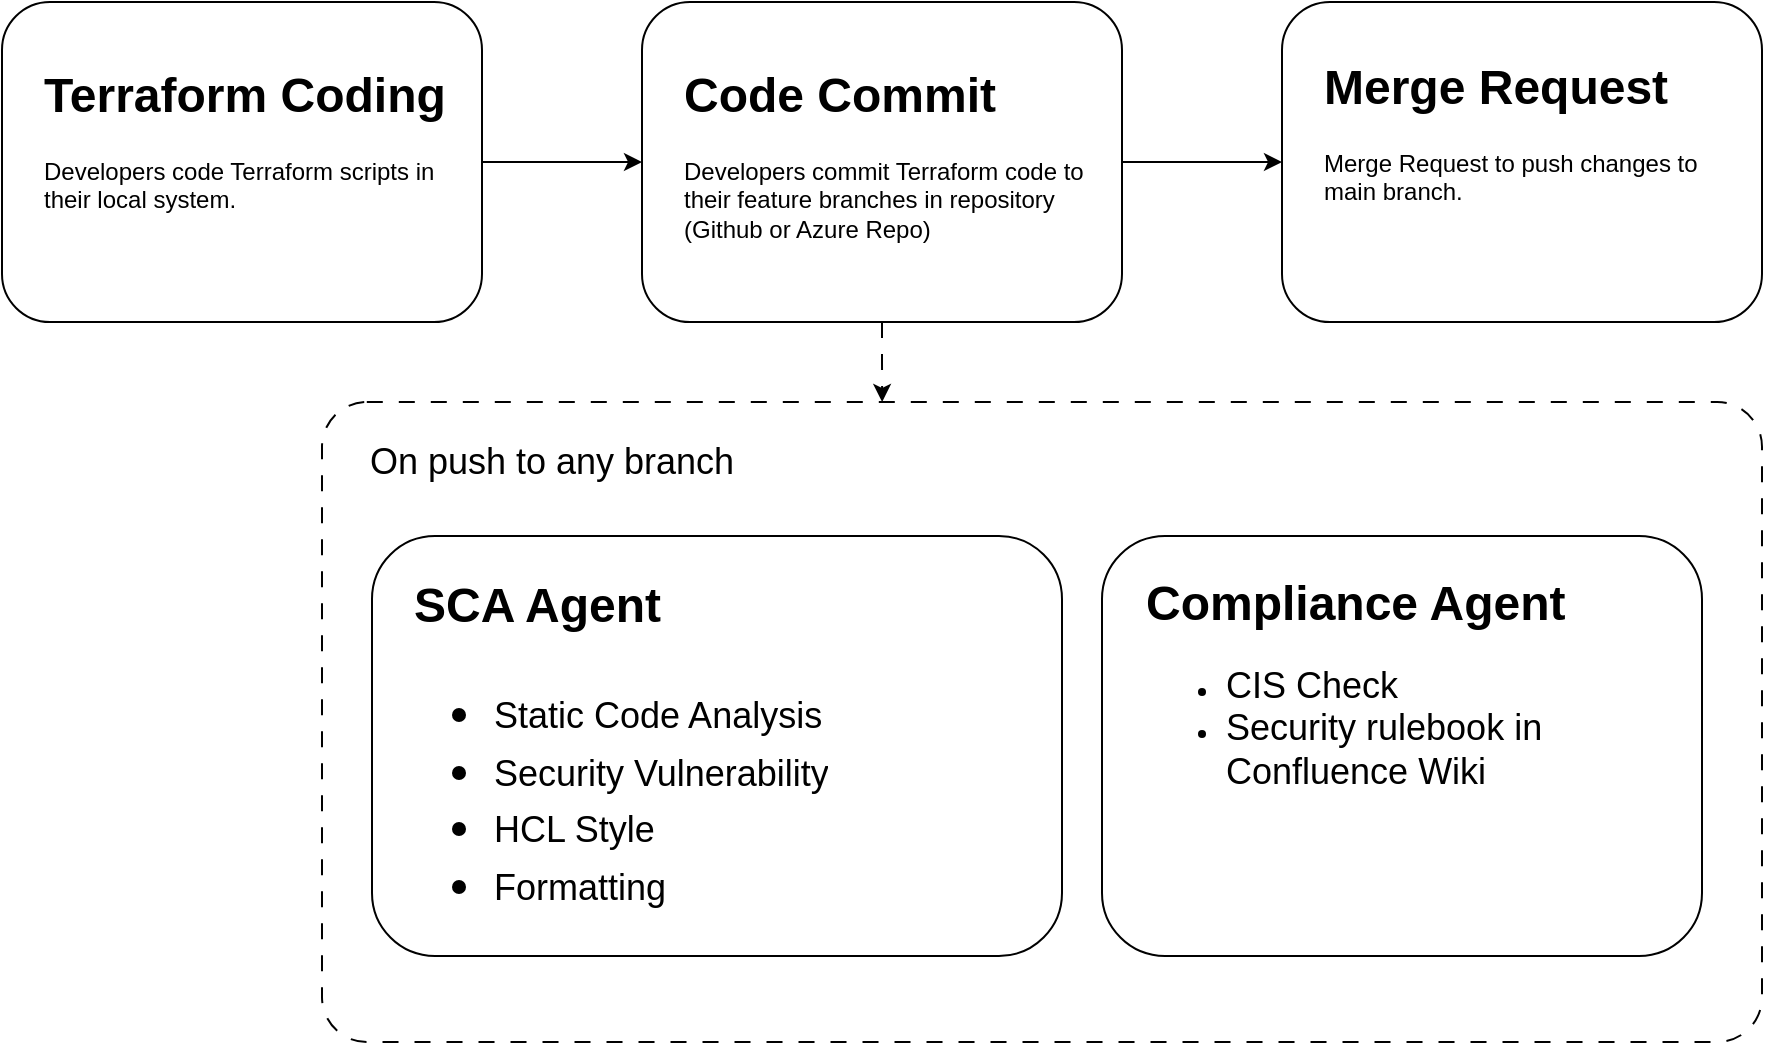
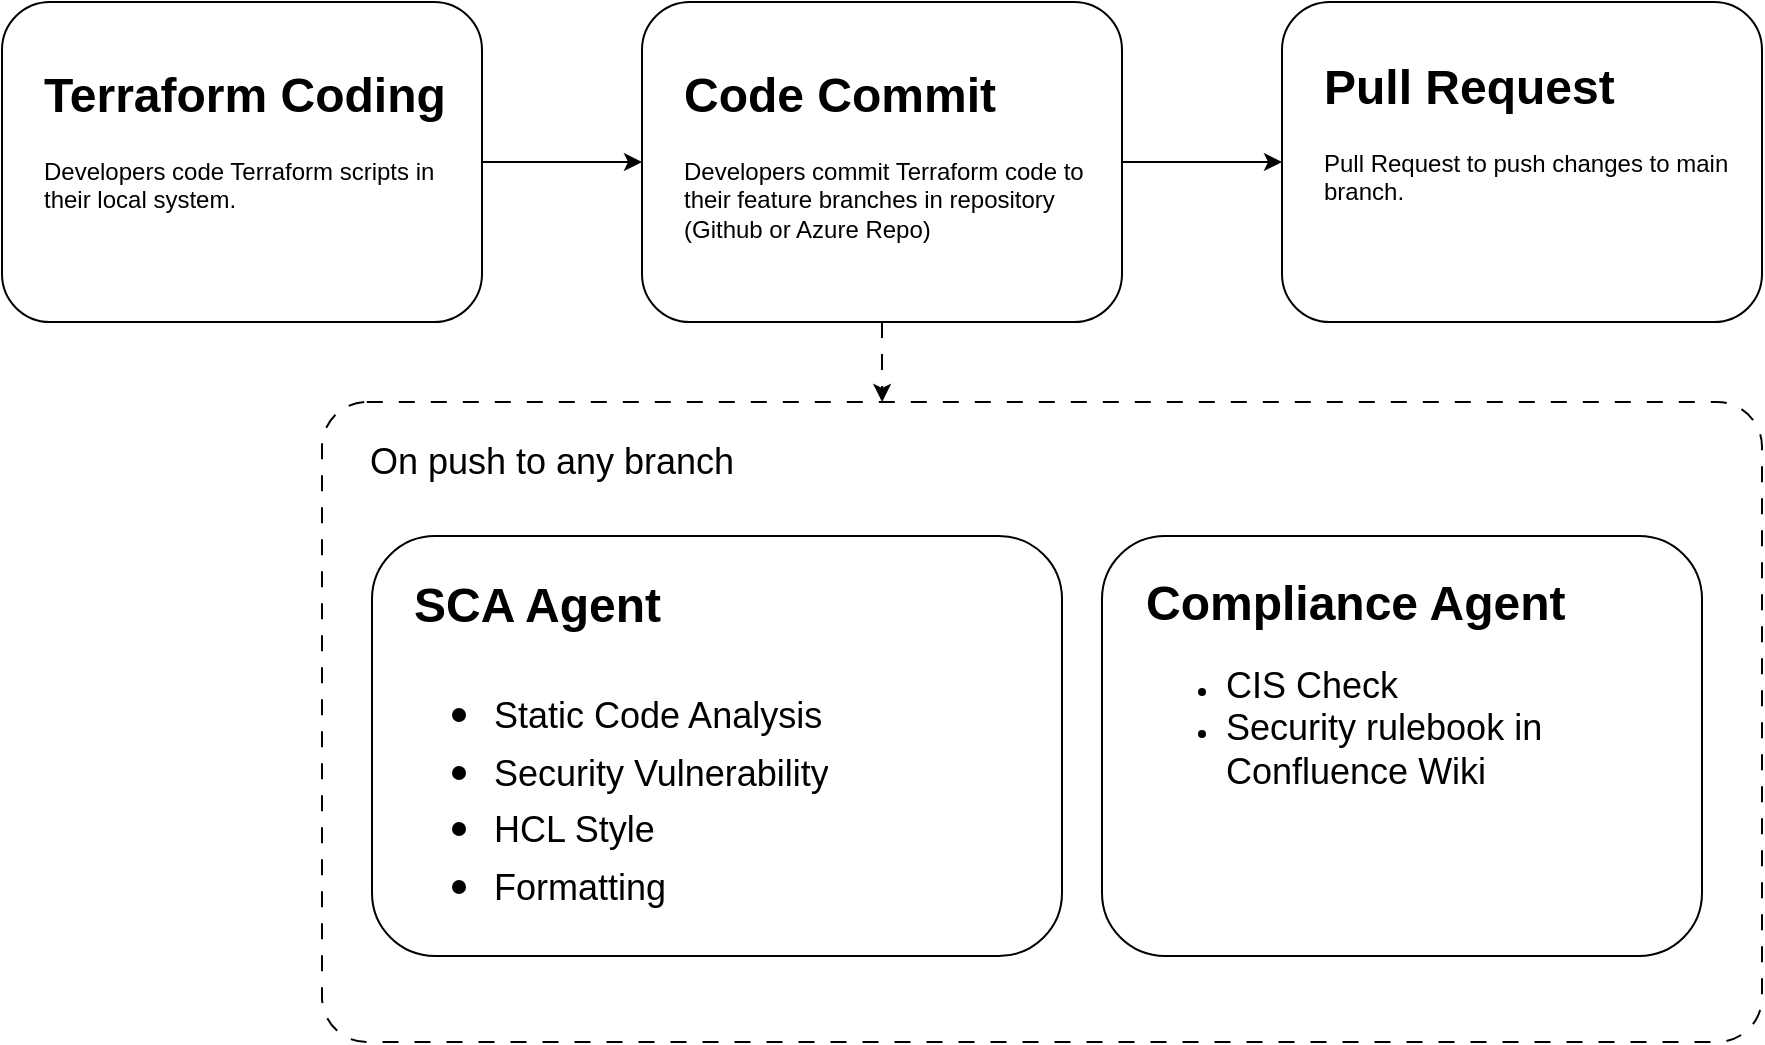
<mxfile host="app.diagrams.net">
  <diagram name="Page-1" id="llQ14HlxIDWXj9B5HY60">
    <mxGraphModel dx="1006" dy="638" grid="1" gridSize="10" guides="1" tooltips="1" connect="1" arrows="1" fold="1" page="1" pageScale="1" pageWidth="850" pageHeight="1100" math="0" shadow="0">
      <root>
        <mxCell id="0" />
        <mxCell id="1" parent="0" />
        <mxCell id="IWc9zJM8tDhvkjJ2dRjy-13" edge="1" parent="1" source="oJW8UGhNAXkty13G2p3x-1" style="edgeStyle=orthogonalEdgeStyle;rounded=0;orthogonalLoop=1;jettySize=auto;html=1;entryX=0;entryY=0.5;entryDx=0;entryDy=0;" target="IWc9zJM8tDhvkjJ2dRjy-1">
          <mxGeometry relative="1" as="geometry" />
        </mxCell>
        <mxCell id="oJW8UGhNAXkty13G2p3x-1" parent="1" style="rounded=1;whiteSpace=wrap;html=1;" value="" vertex="1">
          <mxGeometry height="160" width="240" x="440" y="200" as="geometry" />
        </mxCell>
        <mxCell id="oJW8UGhNAXkty13G2p3x-3" parent="1" style="text;html=1;whiteSpace=wrap;overflow=hidden;rounded=0;" value="&lt;h1 style=&quot;margin-top: 0px;&quot;&gt;Code Commit&lt;/h1&gt;&lt;p&gt;Developers commit Terraform code to their feature branches in repository (Github or Azure Repo)&lt;/p&gt;" vertex="1">
          <mxGeometry height="100" width="210" x="459" y="226" as="geometry" />
        </mxCell>
        <mxCell id="IWc9zJM8tDhvkjJ2dRjy-1" parent="1" style="rounded=1;whiteSpace=wrap;html=1;" value="" vertex="1">
          <mxGeometry height="160" width="240" x="760" y="200" as="geometry" />
        </mxCell>
-         <mxCell id="IWc9zJM8tDhvkjJ2dRjy-2" parent="1" style="text;html=1;whiteSpace=wrap;overflow=hidden;rounded=0;" value="&lt;h1 style=&quot;margin-top: 0px;&quot;&gt;Merge Request&lt;/h1&gt;&lt;p&gt;Merge Request to push changes to main branch.&lt;/p&gt;" vertex="1">
+         <mxCell id="IWc9zJM8tDhvkjJ2dRjy-2" parent="1" style="text;html=1;whiteSpace=wrap;overflow=hidden;rounded=0;" value="&lt;h1 style=&quot;margin-top: 0px;&quot;&gt;Pull Request&lt;/h1&gt;&lt;p&gt;Pull Request to push changes to main branch.&lt;/p&gt;" vertex="1">
          <mxGeometry height="100" width="210" x="779" y="222" as="geometry" />
        </mxCell>
        <mxCell id="IWc9zJM8tDhvkjJ2dRjy-12" edge="1" parent="1" source="IWc9zJM8tDhvkjJ2dRjy-3" style="edgeStyle=orthogonalEdgeStyle;rounded=0;orthogonalLoop=1;jettySize=auto;html=1;exitX=1;exitY=0.5;exitDx=0;exitDy=0;entryX=0;entryY=0.5;entryDx=0;entryDy=0;" target="oJW8UGhNAXkty13G2p3x-1">
          <mxGeometry relative="1" as="geometry" />
        </mxCell>
        <mxCell id="IWc9zJM8tDhvkjJ2dRjy-3" parent="1" style="rounded=1;whiteSpace=wrap;html=1;" value="" vertex="1">
          <mxGeometry height="160" width="240" x="120" y="200" as="geometry" />
        </mxCell>
        <mxCell id="IWc9zJM8tDhvkjJ2dRjy-4" parent="1" style="text;html=1;whiteSpace=wrap;overflow=hidden;rounded=0;" value="&lt;h1 style=&quot;margin-top: 0px;&quot;&gt;Terraform Coding&lt;/h1&gt;&lt;p&gt;Developers code Terraform scripts in their local system.&lt;/p&gt;" vertex="1">
          <mxGeometry height="100" width="210" x="139" y="226" as="geometry" />
        </mxCell>
        <mxCell id="IWc9zJM8tDhvkjJ2dRjy-5" parent="1" style="rounded=1;whiteSpace=wrap;html=1;arcSize=7;dashed=1;dashPattern=8 8;" value="" vertex="1">
          <mxGeometry height="320" width="720" x="280" y="400" as="geometry" />
        </mxCell>
        <mxCell id="IWc9zJM8tDhvkjJ2dRjy-6" parent="1" style="text;html=1;whiteSpace=wrap;strokeColor=none;fillColor=none;align=center;verticalAlign=middle;rounded=0;" value="&lt;font style=&quot;font-size: 18px;&quot;&gt;On push to any branch&lt;/font&gt;" vertex="1">
          <mxGeometry height="30" width="210" x="290" y="415" as="geometry" />
        </mxCell>
        <mxCell id="IWc9zJM8tDhvkjJ2dRjy-7" parent="1" style="rounded=1;whiteSpace=wrap;html=1;" value="" vertex="1">
          <mxGeometry height="210" width="345" x="305" y="467" as="geometry" />
        </mxCell>
        <mxCell id="IWc9zJM8tDhvkjJ2dRjy-8" parent="1" style="text;html=1;whiteSpace=wrap;overflow=hidden;rounded=0;" value="&lt;h1 style=&quot;margin-top: 0px;&quot;&gt;SCA Agent&lt;/h1&gt;&lt;h1 style=&quot;margin-top: 0px;&quot;&gt;&lt;p style=&quot;font-size: 12px; font-weight: 400;&quot;&gt;&lt;/p&gt;&lt;ul&gt;&lt;li&gt;&lt;span style=&quot;font-size: 18px; font-weight: normal;&quot;&gt;Static Code Analysis&lt;/span&gt;&lt;/li&gt;&lt;li&gt;&lt;span style=&quot;font-size: 18px; font-weight: normal;&quot;&gt;Security Vulnerability&lt;/span&gt;&lt;/li&gt;&lt;li&gt;&lt;span style=&quot;font-size: 18px; font-weight: normal;&quot;&gt;HCL Style&lt;/span&gt;&lt;/li&gt;&lt;li&gt;&lt;span style=&quot;font-size: 18px; font-weight: normal;&quot;&gt;Formatting&lt;/span&gt;&lt;/li&gt;&lt;/ul&gt;&lt;p&gt;&lt;/p&gt;&lt;/h1&gt;" vertex="1">
          <mxGeometry height="183" width="306" x="324" y="481" as="geometry" />
        </mxCell>
        <mxCell id="IWc9zJM8tDhvkjJ2dRjy-9" parent="1" style="rounded=1;whiteSpace=wrap;html=1;" value="" vertex="1">
          <mxGeometry height="210" width="300" x="670" y="467" as="geometry" />
        </mxCell>
        <mxCell id="IWc9zJM8tDhvkjJ2dRjy-10" parent="1" style="text;html=1;whiteSpace=wrap;overflow=hidden;rounded=0;" value="&lt;h1 style=&quot;margin-top: 0px;&quot;&gt;Compliance Agent&lt;/h1&gt;&lt;p&gt;&lt;/p&gt;&lt;ul&gt;&lt;li&gt;&lt;span style=&quot;font-size: 18px;&quot;&gt;CIS Check&lt;/span&gt;&lt;/li&gt;&lt;li&gt;&lt;span style=&quot;font-size: 18px;&quot;&gt;Security rulebook in Confluence Wiki&lt;/span&gt;&lt;/li&gt;&lt;/ul&gt;&lt;p&gt;&lt;/p&gt;" vertex="1">
          <mxGeometry height="127" width="269" x="690" y="480" as="geometry" />
        </mxCell>
        <mxCell id="IWc9zJM8tDhvkjJ2dRjy-11" edge="1" parent="1" source="oJW8UGhNAXkty13G2p3x-1" style="edgeStyle=orthogonalEdgeStyle;rounded=0;orthogonalLoop=1;jettySize=auto;html=1;exitX=0.5;exitY=1;exitDx=0;exitDy=0;entryX=0.389;entryY=0;entryDx=0;entryDy=0;entryPerimeter=0;dashed=1;dashPattern=8 8;" target="IWc9zJM8tDhvkjJ2dRjy-5">
          <mxGeometry relative="1" as="geometry" />
        </mxCell>
      </root>
    </mxGraphModel>
  </diagram>
</mxfile>
